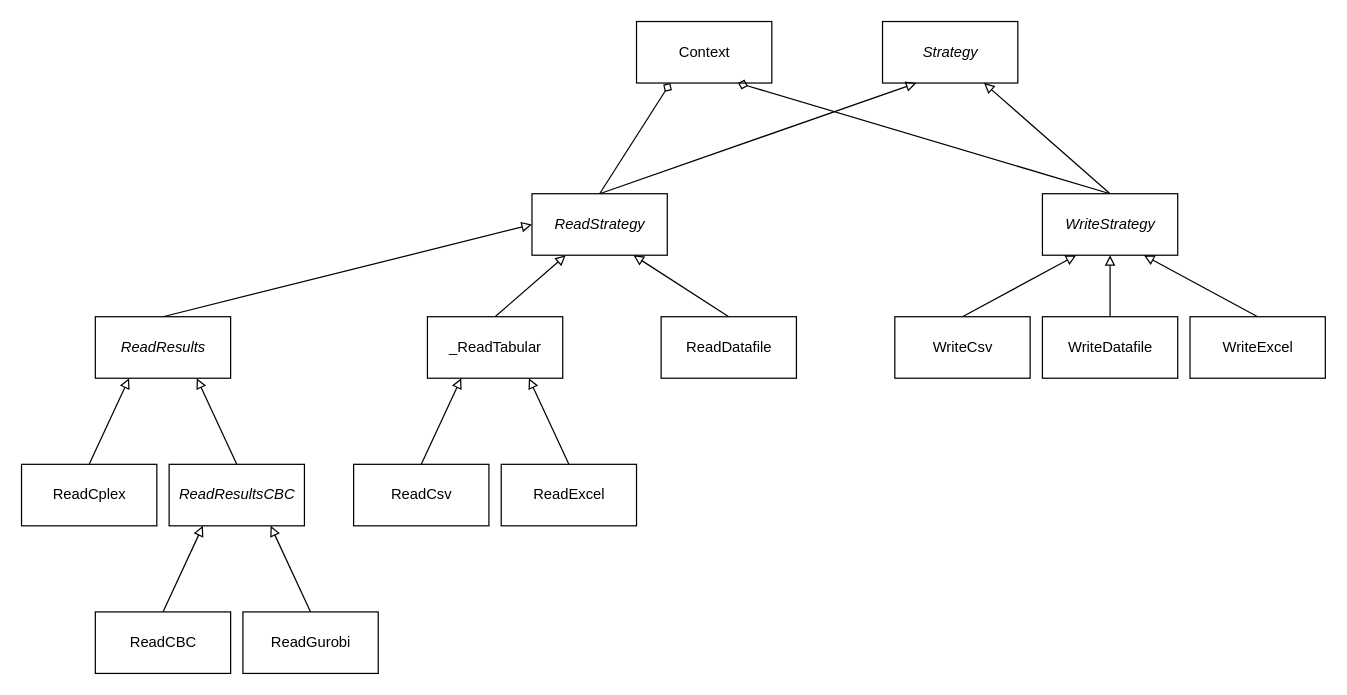
Before: page "StrategyV2" (5 of 6) of docs/_static/otoole_figures.drawio in OSeMOSYS/otoole, a draw.io diagram. Source tidied: cells renumbered, new cells numbered last; positions are measured from the earlier drawing's top-left corner, leaving out a move shared by most shapes. Both pictures are drawn from the tidied source at 123%, with x=0, y=0 at pixel (21, 21).
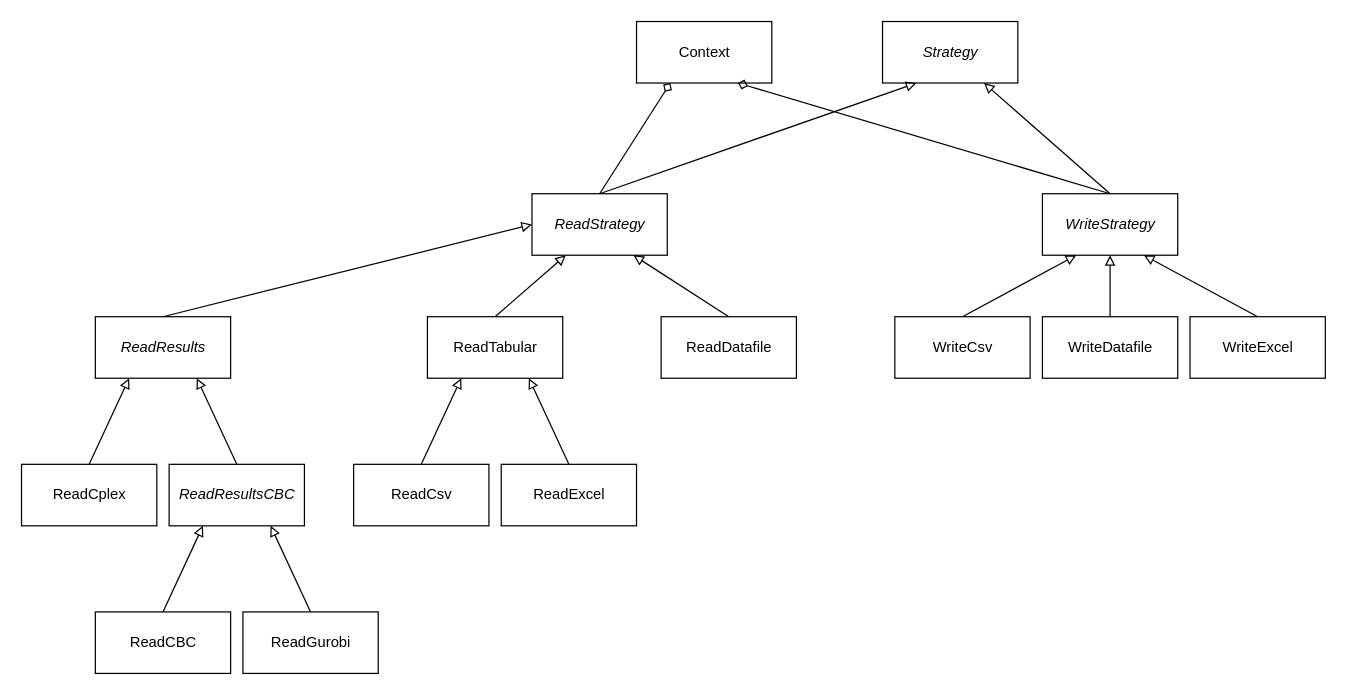
Above is the later version.

What changed in the source:
```diff
@@
-    <mxCell id="21" value="_ReadTabular" style="html=1;" parent="1" vertex="1">
+    <mxCell id="21" value="ReadTabular" style="html=1;" parent="1" vertex="1">
       <mxGeometry x="330" y="240" width="110" height="50" as="geometry" />
     </mxCell>
```
